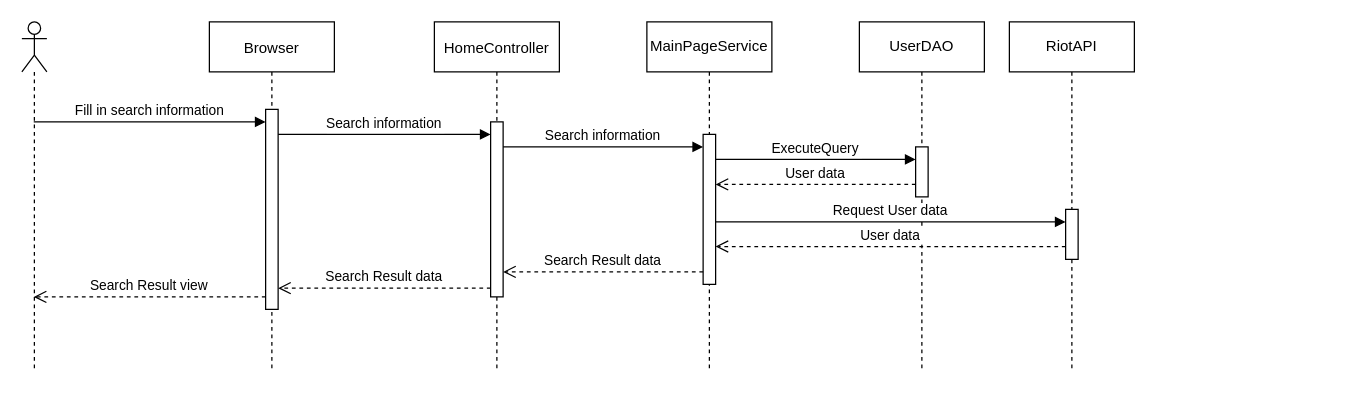
DavidDoanT/Project_DuoLegend keeps this draw.io diagram as Documentation/Diagrams/Sequence-Diagram/SearchUser.drawio. Above is the earlier version. Source tidied: cells renumbered, new cells numbered last; positions are measured from the earlier drawing's top-left corner, leaving out a move shared by most shapes. Both pictures are drawn from the tidied source at 125%, with x=0, y=0 at pixel (21, 21).
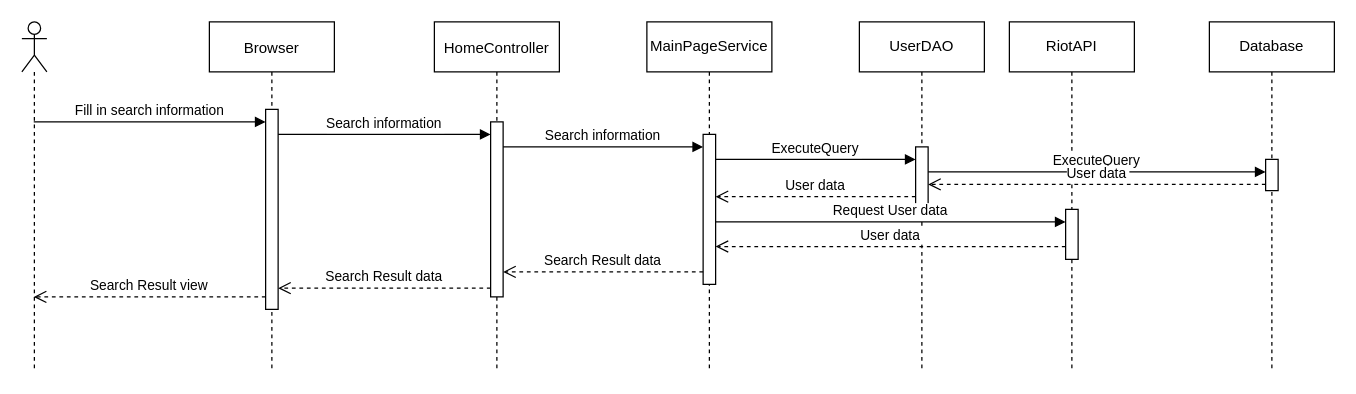
After the change.

Unchanged cells that the change refers to:
```xml
<mxCell id="11" style="html=1;points=[];perimeter=orthogonalPerimeter;" parent="10" vertex="1">
  <mxGeometry x="45" y="90" width="10" height="120" as="geometry" />
</mxCell>
<mxCell id="13" value="UserDAO" style="shape=umlLifeline;perimeter=lifelinePerimeter;whiteSpace=wrap;html=1;" parent="1" vertex="1">
  <mxGeometry x="670" width="100" height="280" as="geometry" />
</mxCell>
```

The edit, as a diff of the source:
```diff
@@
     <mxCell id="14" style="html=1;points=[];perimeter=orthogonalPerimeter;" parent="13" vertex="1">
-      <mxGeometry x="45" y="100" width="10" height="40" as="geometry" />
+      <mxGeometry x="45" y="100" width="10" height="50" as="geometry" />
     </mxCell>
@@
     <mxCell id="16" value="User data" style="verticalAlign=bottom;endArrow=open;dashed=1;endSize=8;shadow=0;strokeWidth=1;" parent="1" edge="1" source="14" target="11">
       <mxGeometry relative="1" as="geometry">
         <Array as="points">
-          <mxPoint x="680" y="130" />
+          <mxPoint x="680" y="139.8" />
         </Array>
       </mxGeometry>
     </mxCell>
@@
+    <mxCell id="23" value="Database" style="shape=umlLifeline;perimeter=lifelinePerimeter;whiteSpace=wrap;html=1;" parent="1" vertex="1">
+      <mxGeometry x="950" width="100" height="280" as="geometry" />
+    </mxCell>
+    <mxCell id="24" style="html=1;points=[];perimeter=orthogonalPerimeter;" parent="23" vertex="1">
+      <mxGeometry x="45" y="110" width="10" height="25" as="geometry" />
+    </mxCell>
+    <mxCell id="25" value="ExecuteQuery" style="verticalAlign=bottom;endArrow=block;shadow=0;strokeWidth=1;" parent="1" edge="1" source="14" target="24">
+      <mxGeometry relative="1" as="geometry">
+        <Array as="points">
+          <mxPoint x="798" y="120" />
+        </Array>
+      </mxGeometry>
+    </mxCell>
+    <mxCell id="26" value="User data" style="verticalAlign=bottom;endArrow=open;dashed=1;endSize=8;shadow=0;strokeWidth=1;" parent="1" edge="1" source="24" target="14">
+      <mxGeometry relative="1" as="geometry">
+        <Array as="points">
+          <mxPoint x="945" y="130" />
+        </Array>
+      </mxGeometry>
+    </mxCell>
```
